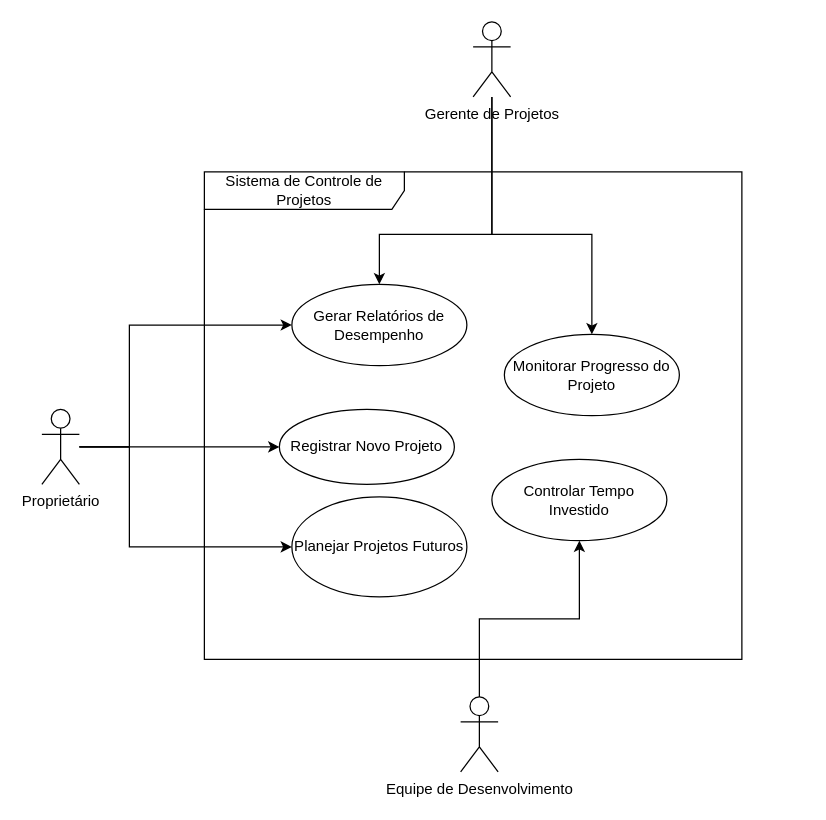
Above: Untitled Diagram.drawio in John-The-Fox/6-semestre (draw.io), before the change. Source tidied: cells renumbered, new cells numbered last; positions are measured from the earlier drawing's top-left corner, leaving out a move shared by most shapes. Both pictures are drawn from the tidied source at 125%, with x=0, y=0 at pixel (41, 21).
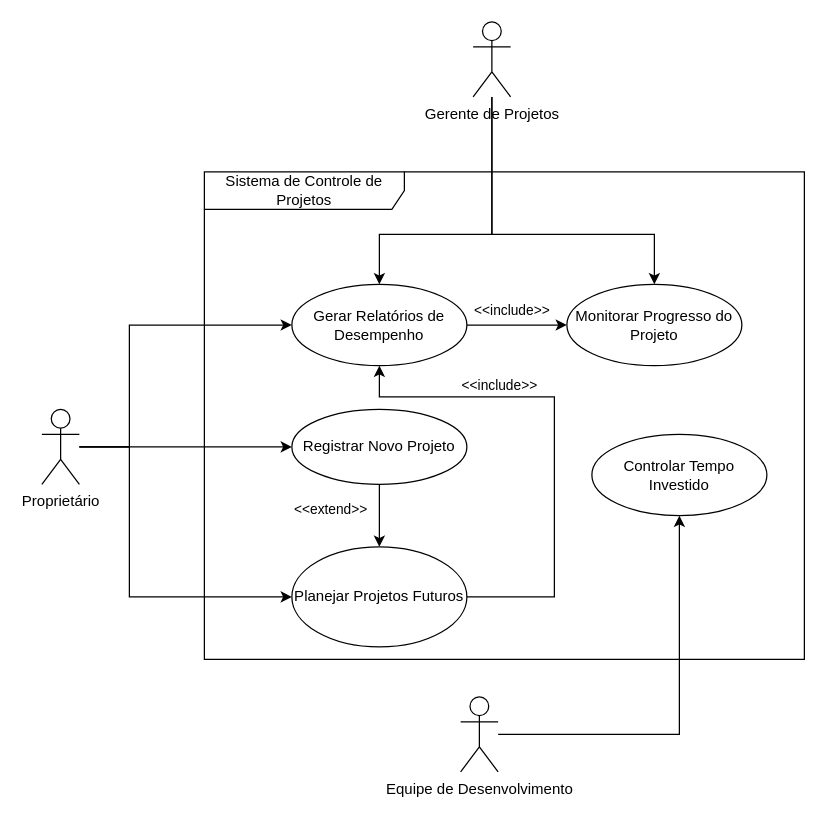
Above is the later version.

Unchanged cells that the change refers to:
```xml
<mxCell id="5" value="Proprietário" style="shape=umlActor;verticalLabelPosition=bottom;verticalAlign=top;html=1;" parent="1" vertex="1">
  <mxGeometry y="310" width="30" height="60" as="geometry" />
</mxCell>
<mxCell id="9" value="Gerar Relatórios de Desempenho" style="ellipse;html=1;whiteSpace=wrap;" parent="6" vertex="1">
  <mxGeometry x="70" y="90" width="140" height="65" as="geometry" />
</mxCell>
<mxCell id="14" value="Gerente de Projetos" style="shape=umlActor;verticalLabelPosition=bottom;verticalAlign=top;html=1;" parent="1" vertex="1">
  <mxGeometry x="345" width="30" height="60" as="geometry" />
</mxCell>
```

The edit, as a diff of the source:
```diff
@@
     <mxCell id="3" style="edgeStyle=orthogonalEdgeStyle;rounded=0;jettySize=auto;html=1;entryX=0;entryY=0.5;entryDx=0;entryDy=0;" parent="1" edge="1" source="5" target="8">
       <mxGeometry relative="1" as="geometry">
         <Array as="points">
           <mxPoint x="70" y="340" />
-          <mxPoint x="70" y="420" />
+          <mxPoint x="70" y="460" />
         </Array>
       </mxGeometry>
     </mxCell>
@@
     <mxCell id="6" value="Sistema de Controle de Projetos" style="shape=umlFrame;whiteSpace=wrap;html=1;width=160;" parent="1" vertex="1">
-      <mxGeometry x="130" y="120" width="430" height="390" as="geometry" />
+      <mxGeometry x="130" y="120" width="480" height="390" as="geometry" />
     </mxCell>
+    <mxCell id="17" style="edgeStyle=orthogonalEdgeStyle;rounded=0;jettySize=auto;html=1;exitX=0.5;exitY=1;exitDx=0;exitDy=0;entryX=0.5;entryY=0;entryDx=0;entryDy=0;" parent="6" edge="1" source="7" target="8">
+      <mxGeometry relative="1" as="geometry" />
+    </mxCell>
+    <mxCell id="18" value="&amp;lt;&amp;lt;extend&amp;gt;&amp;gt;" style="edgeLabel;html=1;align=center;verticalAlign=middle;" parent="17" vertex="1">
+      <mxGeometry x="-0.23" y="-2" relative="1" as="geometry">
+        <mxPoint x="-38" as="offset" />
+      </mxGeometry>
+    </mxCell>
     <mxCell id="7" value="Registrar Novo Projeto" style="ellipse;html=1;whiteSpace=wrap;" parent="6" vertex="1">
-      <mxGeometry x="60" y="190" width="140" height="60" as="geometry" />
+      <mxGeometry x="70" y="190" width="140" height="60" as="geometry" />
     </mxCell>
     <mxCell id="8" value="Planejar Projetos Futuros" style="ellipse;html=1;whiteSpace=wrap;" parent="6" vertex="1">
-      <mxGeometry x="70" y="260" width="140" height="80" as="geometry" />
+      <mxGeometry x="70" y="300" width="140" height="80" as="geometry" />
     </mxCell>
+    <mxCell id="19" style="edgeStyle=orthogonalEdgeStyle;rounded=0;jettySize=auto;html=1;exitX=1;exitY=0.5;exitDx=0;exitDy=0;entryX=0;entryY=0.5;entryDx=0;entryDy=0;" parent="6" edge="1" source="9" target="10">
+      <mxGeometry relative="1" as="geometry" />
+    </mxCell>
+    <mxCell id="20" value="&amp;lt;&amp;lt;include&amp;gt;&amp;gt;" style="edgeLabel;html=1;align=center;verticalAlign=middle;" parent="19" vertex="1">
+      <mxGeometry x="-0.23" y="2" relative="1" as="geometry">
+        <mxPoint x="4" y="-10" as="offset" />
+      </mxGeometry>
+    </mxCell>
+    <mxCell id="21" style="edgeStyle=orthogonalEdgeStyle;rounded=0;jettySize=auto;html=1;entryX=1;entryY=0.5;entryDx=0;entryDy=0;startArrow=classic;startFill=1;endArrow=none;endFill=0;" parent="6" edge="1" source="9" target="8">
+      <mxGeometry relative="1" as="geometry">
+        <Array as="points">
+          <mxPoint x="140" y="180" />
+          <mxPoint x="280" y="180" />
+          <mxPoint x="280" y="340" />
+        </Array>
+      </mxGeometry>
+    </mxCell>
+    <mxCell id="22" value="&amp;lt;&amp;lt;include&amp;gt;&amp;gt;" style="edgeLabel;html=1;align=center;verticalAlign=middle;" parent="21" vertex="1">
+      <mxGeometry x="-0.39" y="-1" relative="1" as="geometry">
+        <mxPoint y="-11" as="offset" />
+      </mxGeometry>
+    </mxCell>
@@
     <mxCell id="10" value="Monitorar Progresso do Projeto" style="ellipse;html=1;whiteSpace=wrap;" parent="6" vertex="1">
-      <mxGeometry x="240" y="130" width="140" height="65" as="geometry" />
+      <mxGeometry x="290" y="90" width="140" height="65" as="geometry" />
     </mxCell>
     <mxCell id="11" value="Controlar Tempo Investido" style="ellipse;html=1;whiteSpace=wrap;" parent="6" vertex="1">
-      <mxGeometry x="230" y="230" width="140" height="65" as="geometry" />
+      <mxGeometry x="310" y="210" width="140" height="65" as="geometry" />
     </mxCell>
@@
     <mxCell id="13" style="edgeStyle=orthogonalEdgeStyle;rounded=0;jettySize=auto;html=1;entryX=0.5;entryY=0;entryDx=0;entryDy=0;" parent="1" edge="1" source="14" target="10">
       <mxGeometry relative="1" as="geometry">
         <Array as="points">
           <mxPoint x="360" y="170" />
-          <mxPoint x="440" y="170" />
+          <mxPoint x="490" y="170" />
         </Array>
       </mxGeometry>
     </mxCell>
```
